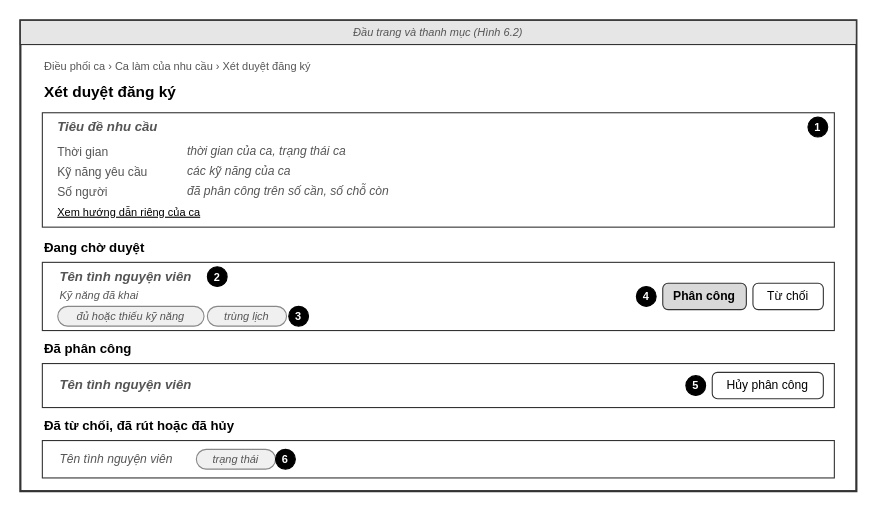
kanishere55/OOSD_NenTangDieuPhoi_TNV keeps this draw.io diagram as docs/giao_dien/drawio/M09_Xet_duyet_dang_ky.drawio. Above is the earlier version. Source tidied: cells renumbered, new cells numbered last; positions are measured from the earlier drawing's top-left corner, leaving out a move shared by most shapes. Both pictures are drawn from the tidied source at 110%, with x=0, y=0 at pixel (20, 20).
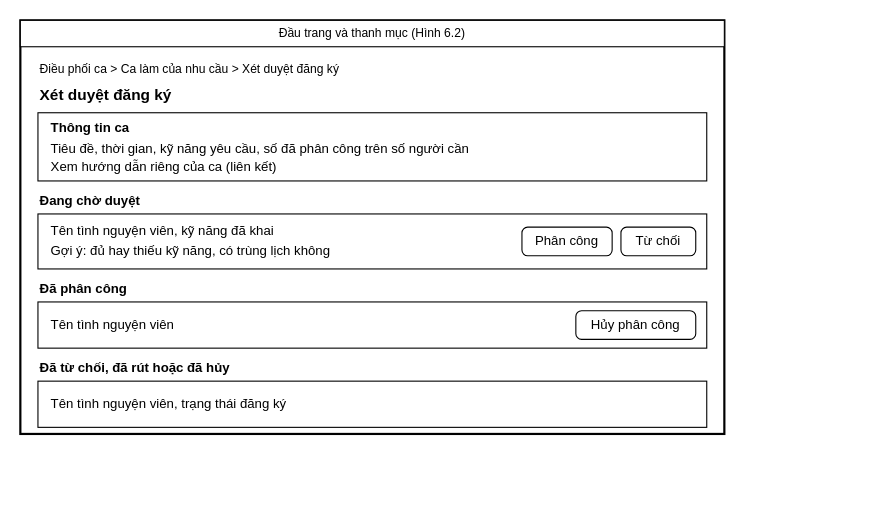
After the change.

Change to the diagram source:
```diff
@@
-    <mxCell id="2" style="rounded=0;whiteSpace=wrap;html=1;fillColor=#ffffff;strokeColor=#333333;strokeWidth=2;" parent="1" vertex="1">
-      <mxGeometry width="760" height="428" as="geometry" />
+    <mxCell id="2" style="rounded=0;whiteSpace=wrap;html=1;fillColor=#ffffff;strokeColor=#000000;strokeWidth=2;" parent="1" vertex="1">
+      <mxGeometry width="640" height="376" as="geometry" />
     </mxCell>
-    <mxCell id="3" value="Đầu trang và thanh mục (Hình 6.2)" style="rounded=0;whiteSpace=wrap;html=1;fillColor=#e6e6e6;strokeColor=#333333;fontSize=10;fontStyle=2;fontColor=#555555;" parent="1" vertex="1">
-      <mxGeometry width="760" height="22" as="geometry" />
+    <mxCell id="3" value="Đầu trang và thanh mục (Hình 6.2)" style="rounded=0;whiteSpace=wrap;html=1;fillColor=#ffffff;strokeColor=#000000;fontColor=#000000;fontSize=11;align=center;" parent="1" vertex="1">
+      <mxGeometry width="640" height="24" as="geometry" />
     </mxCell>
-    <mxCell id="4" value="Điều phối ca  ›  Ca làm của nhu cầu  ›  Xét duyệt đăng ký" style="text;html=1;strokeColor=none;fillColor=none;align=left;verticalAlign=middle;whiteSpace=wrap;rounded=0;fontSize=10;fontStyle=0;fontColor=#555555;" parent="1" vertex="1">
-      <mxGeometry x="20" y="34" width="500" height="16" as="geometry" />
+    <mxCell id="4" value="Điều phối ca &gt; Ca làm của nhu cầu &gt; Xét duyệt đăng ký" style="text;html=1;strokeColor=none;fillColor=none;whiteSpace=wrap;verticalAlign=middle;fontColor=#000000;align=left;fontSize=11;fontStyle=0;" parent="1" vertex="1">
+      <mxGeometry x="16" y="34" width="500" height="20" as="geometry" />
     </mxCell>
-    <mxCell id="5" value="Xét duyệt đăng ký" style="text;html=1;strokeColor=none;fillColor=none;align=left;verticalAlign=middle;whiteSpace=wrap;rounded=0;fontSize=14;fontStyle=1;fontColor=#000000;" parent="1" vertex="1">
-      <mxGeometry x="20" y="54" width="400" height="22" as="geometry" />
+    <mxCell id="5" value="Xét duyệt đăng ký" style="text;html=1;strokeColor=none;fillColor=none;whiteSpace=wrap;verticalAlign=middle;fontColor=#000000;align=left;fontSize=14;fontStyle=1;" parent="1" vertex="1">
+      <mxGeometry x="16" y="56" width="400" height="24" as="geometry" />
     </mxCell>
-    <mxCell id="6" style="rounded=0;arcSize=8;whiteSpace=wrap;html=1;fillColor=#ffffff;strokeColor=#333333;" parent="1" vertex="1">
-      <mxGeometry x="20" y="84" width="720" height="104" as="geometry" />
+    <mxCell id="6" style="rounded=0;whiteSpace=wrap;html=1;fillColor=#ffffff;strokeColor=#000000;fontColor=#000000;fontSize=12;align=center;" parent="1" vertex="1">
+      <mxGeometry x="16" y="84" width="608" height="62" as="geometry" />
     </mxCell>
-    <mxCell id="7" value="1" style="ellipse;whiteSpace=wrap;html=1;fillColor=#000000;strokeColor=#000000;fontColor=#ffffff;fontSize=10;fontStyle=1;" parent="1" vertex="1">
-      <mxGeometry x="716" y="88" width="18" height="18" as="geometry" />
+    <mxCell id="7" value="Thông tin ca" style="text;html=1;strokeColor=none;fillColor=none;whiteSpace=wrap;verticalAlign=middle;fontColor=#000000;align=left;fontSize=12;fontStyle=1;" parent="1" vertex="1">
+      <mxGeometry x="26" y="88" width="300" height="20" as="geometry" />
     </mxCell>
-    <mxCell id="8" value="Tiêu đề nhu cầu" style="text;html=1;strokeColor=none;fillColor=none;align=left;verticalAlign=middle;whiteSpace=wrap;rounded=0;fontSize=12;fontStyle=3;fontColor=#555555;" parent="1" vertex="1">
-      <mxGeometry x="32" y="88" width="300" height="18" as="geometry" />
+    <mxCell id="8" value="Tiêu đề, thời gian, kỹ năng yêu cầu, số đã phân công trên số người cần" style="text;html=1;strokeColor=none;fillColor=none;whiteSpace=wrap;verticalAlign=middle;fontColor=#000000;align=left;fontSize=12;fontStyle=0;" parent="1" vertex="1">
+      <mxGeometry x="26" y="108" width="590" height="18" as="geometry" />
     </mxCell>
-    <mxCell id="9" value="Thời gian" style="text;html=1;strokeColor=none;fillColor=none;align=left;verticalAlign=middle;whiteSpace=wrap;rounded=0;fontSize=11;fontStyle=0;fontColor=#555555;" parent="1" vertex="1">
-      <mxGeometry x="32" y="110" width="110" height="19" as="geometry" />
+    <mxCell id="9" value="Xem hướng dẫn riêng của ca (liên kết)" style="text;html=1;strokeColor=none;fillColor=none;whiteSpace=wrap;verticalAlign=middle;fontColor=#000000;align=left;fontSize=12;fontStyle=0;" parent="1" vertex="1">
+      <mxGeometry x="26" y="124" width="400" height="18" as="geometry" />
     </mxCell>
-    <mxCell id="10" value="thời gian của ca, trạng thái ca" style="text;html=1;strokeColor=none;fillColor=none;align=left;verticalAlign=middle;whiteSpace=wrap;rounded=0;fontSize=11;fontStyle=2;fontColor=#555555;" parent="1" vertex="1">
-      <mxGeometry x="150" y="110" width="300" height="18" as="geometry" />
+    <mxCell id="10" value="Đang chờ duyệt" style="text;html=1;strokeColor=none;fillColor=none;whiteSpace=wrap;verticalAlign=middle;fontColor=#000000;align=left;fontSize=12;fontStyle=1;" parent="1" vertex="1">
+      <mxGeometry x="16" y="154" width="400" height="20" as="geometry" />
     </mxCell>
-    <mxCell id="11" value="Kỹ năng yêu cầu" style="text;html=1;strokeColor=none;fillColor=none;align=left;verticalAlign=middle;whiteSpace=wrap;rounded=0;fontSize=11;fontStyle=0;fontColor=#555555;" parent="1" vertex="1">
-      <mxGeometry x="32" y="128" width="110" height="19" as="geometry" />
+    <mxCell id="11" style="rounded=0;whiteSpace=wrap;html=1;fillColor=#ffffff;strokeColor=#000000;fontColor=#000000;fontSize=12;align=center;" parent="1" vertex="1">
+      <mxGeometry x="16" y="176" width="608" height="50" as="geometry" />
     </mxCell>
-    <mxCell id="12" value="các kỹ năng của ca" style="text;html=1;strokeColor=none;fillColor=none;align=left;verticalAlign=middle;whiteSpace=wrap;rounded=0;fontSize=11;fontStyle=2;fontColor=#555555;" parent="1" vertex="1">
-      <mxGeometry x="150" y="128" width="300" height="18" as="geometry" />
+    <mxCell id="12" value="Tên tình nguyện viên, kỹ năng đã khai" style="text;html=1;strokeColor=none;fillColor=none;whiteSpace=wrap;verticalAlign=middle;fontColor=#000000;align=left;fontSize=12;fontStyle=0;" parent="1" vertex="1">
+      <mxGeometry x="26" y="183" width="588" height="18" as="geometry" />
     </mxCell>
-    <mxCell id="13" value="Số người" style="text;html=1;strokeColor=none;fillColor=none;align=left;verticalAlign=middle;whiteSpace=wrap;rounded=0;fontSize=11;fontStyle=0;fontColor=#555555;" parent="1" vertex="1">
-      <mxGeometry x="32" y="146" width="110" height="19" as="geometry" />
+    <mxCell id="13" value="Gợi ý: đủ hay thiếu kỹ năng, có trùng lịch không" style="text;html=1;strokeColor=none;fillColor=none;whiteSpace=wrap;verticalAlign=middle;fontColor=#000000;align=left;fontSize=12;fontStyle=0;" parent="1" vertex="1">
+      <mxGeometry x="26" y="201" width="588" height="18" as="geometry" />
     </mxCell>
-    <mxCell id="14" value="đã phân công trên số cần, số chỗ còn" style="text;html=1;strokeColor=none;fillColor=none;align=left;verticalAlign=middle;whiteSpace=wrap;rounded=0;fontSize=11;fontStyle=2;fontColor=#555555;" parent="1" vertex="1">
-      <mxGeometry x="150" y="146" width="300" height="18" as="geometry" />
+    <mxCell id="14" value="Từ chối" style="rounded=1;arcSize=20;whiteSpace=wrap;html=1;fillColor=#ffffff;strokeColor=#000000;fontColor=#000000;fontSize=12;" parent="1" vertex="1">
+      <mxGeometry x="546" y="188" width="68" height="26" as="geometry" />
     </mxCell>
-    <mxCell id="15" value="Xem hướng dẫn riêng của ca" style="text;html=1;strokeColor=none;fillColor=none;align=left;verticalAlign=middle;whiteSpace=wrap;rounded=0;fontSize=10;fontStyle=4;fontColor=#000000;" parent="1" vertex="1">
-      <mxGeometry x="32" y="166" width="240" height="16" as="geometry" />
+    <mxCell id="15" value="Phân công" style="rounded=1;arcSize=20;whiteSpace=wrap;html=1;fillColor=#ffffff;strokeColor=#000000;fontColor=#000000;fontSize=12;" parent="1" vertex="1">
+      <mxGeometry x="456" y="188" width="82" height="26" as="geometry" />
     </mxCell>
-    <mxCell id="16" value="Đang chờ duyệt" style="text;html=1;strokeColor=none;fillColor=none;align=left;verticalAlign=middle;whiteSpace=wrap;rounded=0;fontSize=12;fontStyle=1;fontColor=#000000;" parent="1" vertex="1">
-      <mxGeometry x="20" y="198" width="500" height="18" as="geometry" />
+    <mxCell id="16" value="Đã phân công" style="text;html=1;strokeColor=none;fillColor=none;whiteSpace=wrap;verticalAlign=middle;fontColor=#000000;align=left;fontSize=12;fontStyle=1;" parent="1" vertex="1">
+      <mxGeometry x="16" y="234" width="400" height="20" as="geometry" />
     </mxCell>
-    <mxCell id="17" style="rounded=0;arcSize=8;whiteSpace=wrap;html=1;fillColor=#ffffff;strokeColor=#333333;" parent="1" vertex="1">
-      <mxGeometry x="20" y="220" width="720" height="62" as="geometry" />
+    <mxCell id="17" style="rounded=0;whiteSpace=wrap;html=1;fillColor=#ffffff;strokeColor=#000000;fontColor=#000000;fontSize=12;align=center;" parent="1" vertex="1">
+      <mxGeometry x="16" y="256" width="608" height="42" as="geometry" />
     </mxCell>
-    <mxCell id="18" value="Tên tình nguyện viên" style="text;html=1;strokeColor=none;fillColor=none;align=left;verticalAlign=middle;whiteSpace=wrap;rounded=0;fontSize=12;fontStyle=3;fontColor=#555555;" parent="1" vertex="1">
-      <mxGeometry x="34" y="224" width="300" height="18" as="geometry" />
+    <mxCell id="18" value="Tên tình nguyện viên" style="text;html=1;strokeColor=none;fillColor=none;whiteSpace=wrap;verticalAlign=middle;fontColor=#000000;align=left;fontSize=12;fontStyle=0;" parent="1" vertex="1">
+      <mxGeometry x="26" y="268" width="588" height="18" as="geometry" />
     </mxCell>
-    <mxCell id="19" value="Kỹ năng đã khai" style="text;html=1;strokeColor=none;fillColor=none;align=left;verticalAlign=middle;whiteSpace=wrap;rounded=0;fontSize=10;fontStyle=2;fontColor=#555555;" parent="1" vertex="1">
-      <mxGeometry x="34" y="242" width="300" height="16" as="geometry" />
+    <mxCell id="19" value="Hủy phân công" style="rounded=1;arcSize=20;whiteSpace=wrap;html=1;fillColor=#ffffff;strokeColor=#000000;fontColor=#000000;fontSize=12;" parent="1" vertex="1">
+      <mxGeometry x="505" y="264" width="109" height="26" as="geometry" />
     </mxCell>
-    <mxCell id="20" value="đủ hoặc thiếu kỹ năng" style="rounded=1;arcSize=50;whiteSpace=wrap;html=1;fontSize=10;fontStyle=2;fontColor=#555555;fillColor=#f0f0f0;strokeColor=#888888;" parent="1" vertex="1">
-      <mxGeometry x="34" y="260" width="133" height="18" as="geometry" />
+    <mxCell id="20" value="Đã từ chối, đã rút hoặc đã hủy" style="text;html=1;strokeColor=none;fillColor=none;whiteSpace=wrap;verticalAlign=middle;fontColor=#000000;align=left;fontSize=12;fontStyle=1;" parent="1" vertex="1">
+      <mxGeometry x="16" y="306" width="400" height="20" as="geometry" />
     </mxCell>
-    <mxCell id="21" value="trùng lịch" style="rounded=1;arcSize=50;whiteSpace=wrap;html=1;fontSize=10;fontStyle=2;fontColor=#555555;fillColor=#f0f0f0;strokeColor=#888888;" parent="1" vertex="1">
-      <mxGeometry x="170" y="260" width="72" height="18" as="geometry" />
+    <mxCell id="21" style="rounded=0;whiteSpace=wrap;html=1;fillColor=#ffffff;strokeColor=#000000;fontColor=#000000;fontSize=12;align=center;" parent="1" vertex="1">
+      <mxGeometry x="16" y="328" width="608" height="42" as="geometry" />
     </mxCell>
-    <mxCell id="22" value="3" style="ellipse;whiteSpace=wrap;html=1;fillColor=#000000;strokeColor=#000000;fontColor=#ffffff;fontSize=10;fontStyle=1;" parent="1" vertex="1">
-      <mxGeometry x="244" y="260" width="18" height="18" as="geometry" />
+    <mxCell id="22" value="Tên tình nguyện viên, trạng thái đăng ký" style="text;html=1;strokeColor=none;fillColor=none;whiteSpace=wrap;verticalAlign=middle;fontColor=#000000;align=left;fontSize=12;fontStyle=0;" parent="1" vertex="1">
+      <mxGeometry x="26" y="340" width="588" height="18" as="geometry" />
     </mxCell>
-    <mxCell id="23" value="2" style="ellipse;whiteSpace=wrap;html=1;fillColor=#000000;strokeColor=#000000;fontColor=#ffffff;fontSize=10;fontStyle=1;" parent="1" vertex="1">
-      <mxGeometry x="170" y="224" width="18" height="18" as="geometry" />
-    </mxCell>
-    <mxCell id="24" value="Từ chối" style="rounded=1;arcSize=20;whiteSpace=wrap;html=1;fontSize=11;strokeColor=#333333;fillColor=#ffffff;" parent="1" vertex="1">
-      <mxGeometry x="666" y="239" width="64" height="24" as="geometry" />
-    </mxCell>
-    <mxCell id="25" value="Phân công" style="rounded=1;arcSize=20;whiteSpace=wrap;html=1;fontSize=11;strokeColor=#333333;fillColor=#d9d9d9;fontStyle=1;" parent="1" vertex="1">
-      <mxGeometry x="584" y="239" width="76" height="24" as="geometry" />
-    </mxCell>
-    <mxCell id="26" value="4" style="ellipse;whiteSpace=wrap;html=1;fillColor=#000000;strokeColor=#000000;fontColor=#ffffff;fontSize=10;fontStyle=1;" parent="1" vertex="1">
-      <mxGeometry x="560" y="242" width="18" height="18" as="geometry" />
-    </mxCell>
-    <mxCell id="27" value="Đã phân công" style="text;html=1;strokeColor=none;fillColor=none;align=left;verticalAlign=middle;whiteSpace=wrap;rounded=0;fontSize=12;fontStyle=1;fontColor=#000000;" parent="1" vertex="1">
-      <mxGeometry x="20" y="290" width="500" height="18" as="geometry" />
-    </mxCell>
-    <mxCell id="28" style="rounded=0;arcSize=8;whiteSpace=wrap;html=1;fillColor=#ffffff;strokeColor=#333333;" parent="1" vertex="1">
-      <mxGeometry x="20" y="312" width="720" height="40" as="geometry" />
-    </mxCell>
-    <mxCell id="29" value="Tên tình nguyện viên" style="text;html=1;strokeColor=none;fillColor=none;align=left;verticalAlign=middle;whiteSpace=wrap;rounded=0;fontSize=12;fontStyle=3;fontColor=#555555;" parent="1" vertex="1">
-      <mxGeometry x="34" y="323" width="200" height="18" as="geometry" />
-    </mxCell>
-    <mxCell id="30" value="Hủy phân công" style="rounded=1;arcSize=20;whiteSpace=wrap;html=1;fontSize=11;strokeColor=#333333;fillColor=#ffffff;" parent="1" vertex="1">
-      <mxGeometry x="629" y="320" width="101" height="24" as="geometry" />
-    </mxCell>
-    <mxCell id="31" value="5" style="ellipse;whiteSpace=wrap;html=1;fillColor=#000000;strokeColor=#000000;fontColor=#ffffff;fontSize=10;fontStyle=1;" parent="1" vertex="1">
-      <mxGeometry x="605" y="323" width="18" height="18" as="geometry" />
-    </mxCell>
-    <mxCell id="32" value="Đã từ chối, đã rút hoặc đã hủy" style="text;html=1;strokeColor=none;fillColor=none;align=left;verticalAlign=middle;whiteSpace=wrap;rounded=0;fontSize=12;fontStyle=1;fontColor=#000000;" parent="1" vertex="1">
-      <mxGeometry x="20" y="360" width="500" height="18" as="geometry" />
-    </mxCell>
-    <mxCell id="33" style="rounded=0;arcSize=8;whiteSpace=wrap;html=1;fillColor=#ffffff;strokeColor=#333333;" parent="1" vertex="1">
-      <mxGeometry x="20" y="382" width="720" height="34" as="geometry" />
-    </mxCell>
-    <mxCell id="34" value="Tên tình nguyện viên" style="text;html=1;strokeColor=none;fillColor=none;align=left;verticalAlign=middle;whiteSpace=wrap;rounded=0;fontSize=11;fontStyle=2;fontColor=#555555;" parent="1" vertex="1">
-      <mxGeometry x="34" y="390" width="160" height="18" as="geometry" />
-    </mxCell>
-    <mxCell id="35" value="trạng thái" style="rounded=1;arcSize=50;whiteSpace=wrap;html=1;fontSize=10;fontStyle=2;fontColor=#555555;fillColor=#f0f0f0;strokeColor=#888888;" parent="1" vertex="1">
-      <mxGeometry x="160" y="390" width="72" height="18" as="geometry" />
-    </mxCell>
-    <mxCell id="36" value="6" style="ellipse;whiteSpace=wrap;html=1;fillColor=#000000;strokeColor=#000000;fontColor=#ffffff;fontSize=10;fontStyle=1;" parent="1" vertex="1">
-      <mxGeometry x="232" y="390" width="18" height="18" as="geometry" />
-    </mxCell>
```
